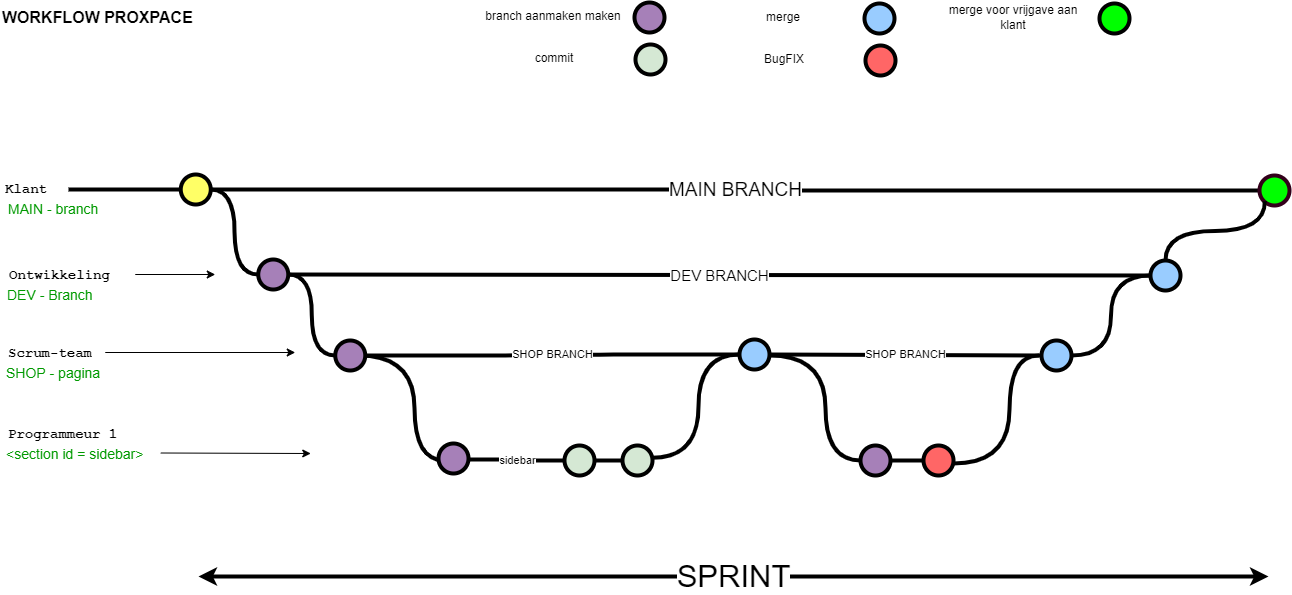
Texaco360/Proxpace keeps this draw.io diagram as Workflow.drawio.png. Above is the earlier version. Source tidied: cells renumbered, new cells last; positions are measured from the earlier drawing's top-left corner, leaving out a move shared by most shapes.
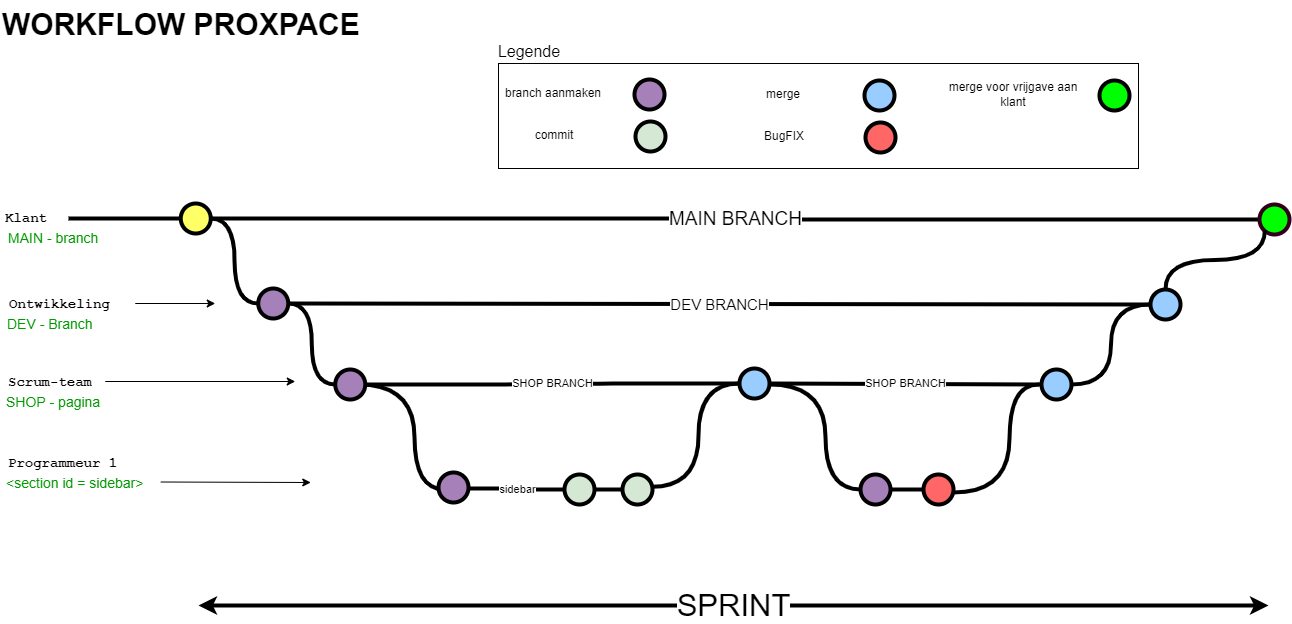
The same file after the commit.

The edit, as a diff of the source:
```diff
@@ -107,8 +107,8 @@
     <mxCell id="30" style="verticalLabelPosition=bottom;verticalAlign=top;html=1;strokeWidth=4;shape=mxgraph.flowchart.on-page_reference;plain-purple;gradientColor=none;strokeColor=#000000;fillColor=#99CCFF;" parent="1" vertex="1">
       <mxGeometry x="1150" y="259" width="30" height="30" as="geometry" />
     </mxCell>
-    <mxCell id="31" value="WORKFLOW PROXPACE" style="text;whiteSpace=wrap;html=1;fontStyle=1;fontSize=16;" parent="1" vertex="1">
-      <mxGeometry x="0.2" width="267.8" height="20" as="geometry" />
+    <mxCell id="31" value="WORKFLOW PROXPACE" style="text;whiteSpace=wrap;html=1;fontStyle=1;fontSize=30;" parent="1" vertex="1">
+      <mxGeometry x="0.2" y="-30" width="417.8" height="60" as="geometry" />
     </mxCell>
     <mxCell id="32" style="edgeStyle=orthogonalEdgeStyle;curved=1;rounded=0;jettySize=auto;html=1;endArrow=none;endFill=0;strokeWidth=4;fontFamily=Courier New;fontColor=#009900;exitX=0.5;exitY=0;exitDx=0;exitDy=0;exitPerimeter=0;entryX=0.145;entryY=0.855;entryDx=0;entryDy=0;entryPerimeter=0;" parent="1" edge="1" source="30">
       <mxGeometry relative="1" as="geometry">
@@ -156,28 +156,28 @@
       </mxGeometry>
     </mxCell>
     <mxCell id="40" style="verticalLabelPosition=bottom;verticalAlign=top;html=1;strokeWidth=4;shape=mxgraph.flowchart.on-page_reference;plain-purple;gradientColor=none;strokeColor=#000000;fillColor=#A680B8;" parent="1" vertex="1">
-      <mxGeometry x="634" y="1" width="30" height="30" as="geometry" />
+      <mxGeometry x="634" y="49" width="30" height="30" as="geometry" />
     </mxCell>
-    <mxCell id="41" value="branch aanmaken maken" style="text;html=1;strokeColor=none;fillColor=none;align=center;verticalAlign=middle;whiteSpace=wrap;rounded=0;" parent="1" vertex="1">
-      <mxGeometry x="478" width="150" height="30" as="geometry" />
+    <mxCell id="41" value="branch aanmaken" style="text;html=1;strokeColor=none;fillColor=none;align=center;verticalAlign=middle;whiteSpace=wrap;rounded=0;" parent="1" vertex="1">
+      <mxGeometry x="478" y="48" width="150" height="30" as="geometry" />
     </mxCell>
     <mxCell id="42" style="verticalLabelPosition=bottom;verticalAlign=top;html=1;strokeWidth=4;shape=mxgraph.flowchart.on-page_reference;plain-purple;gradientColor=none;strokeColor=#000000;fillColor=#D5E8D4;" parent="1" vertex="1">
-      <mxGeometry x="635" y="43" width="30" height="30" as="geometry" />
+      <mxGeometry x="635" y="91" width="30" height="30" as="geometry" />
     </mxCell>
     <mxCell id="43" value="commit" style="text;html=1;strokeColor=none;fillColor=none;align=center;verticalAlign=middle;whiteSpace=wrap;rounded=0;" parent="1" vertex="1">
-      <mxGeometry x="479" y="42" width="150" height="30" as="geometry" />
+      <mxGeometry x="479" y="90" width="150" height="30" as="geometry" />
     </mxCell>
     <mxCell id="44" style="verticalLabelPosition=bottom;verticalAlign=top;html=1;strokeWidth=4;shape=mxgraph.flowchart.on-page_reference;plain-purple;gradientColor=none;strokeColor=#000000;fillColor=#99CCFF;" parent="1" vertex="1">
-      <mxGeometry x="864" y="2" width="30" height="30" as="geometry" />
+      <mxGeometry x="864" y="50" width="30" height="30" as="geometry" />
     </mxCell>
     <mxCell id="45" value="merge" style="text;html=1;strokeColor=none;fillColor=none;align=center;verticalAlign=middle;whiteSpace=wrap;rounded=0;" parent="1" vertex="1">
-      <mxGeometry x="708" y="1" width="150" height="30" as="geometry" />
+      <mxGeometry x="708" y="49" width="150" height="30" as="geometry" />
     </mxCell>
     <mxCell id="46" style="verticalLabelPosition=bottom;verticalAlign=top;html=1;strokeWidth=4;shape=mxgraph.flowchart.on-page_reference;plain-purple;gradientColor=none;strokeColor=#000000;fillColor=#FF6666;" parent="1" vertex="1">
-      <mxGeometry x="865" y="44" width="30" height="30" as="geometry" />
+      <mxGeometry x="865" y="92" width="30" height="30" as="geometry" />
     </mxCell>
     <mxCell id="47" value="BugFIX" style="text;html=1;strokeColor=none;fillColor=none;align=center;verticalAlign=middle;whiteSpace=wrap;rounded=0;" parent="1" vertex="1">
-      <mxGeometry x="709" y="43" width="150" height="30" as="geometry" />
+      <mxGeometry x="709" y="91" width="150" height="30" as="geometry" />
     </mxCell>
     <mxCell id="48" value="SPRINT" style="endArrow=classic;startArrow=classic;html=1;rounded=0;fontSize=31;strokeWidth=4;" parent="1" edge="1">
       <mxGeometry relative="1" as="geometry">
@@ -192,10 +192,16 @@
       <mxGeometry relative="1" as="geometry" />
     </mxCell>
     <mxCell id="51" style="verticalLabelPosition=bottom;verticalAlign=top;html=1;strokeWidth=4;shape=mxgraph.flowchart.on-page_reference;plain-purple;gradientColor=none;strokeColor=#000000;fillColor=#00FF00;" parent="1" vertex="1">
-      <mxGeometry x="1099" y="2" width="30" height="30" as="geometry" />
+      <mxGeometry x="1099" y="50" width="30" height="30" as="geometry" />
     </mxCell>
     <mxCell id="52" value="merge voor vrijgave aan klant" style="text;html=1;strokeColor=none;fillColor=none;align=center;verticalAlign=middle;whiteSpace=wrap;rounded=0;" parent="1" vertex="1">
-      <mxGeometry x="938" y="1" width="150" height="30" as="geometry" />
+      <mxGeometry x="938" y="49" width="150" height="30" as="geometry" />
     </mxCell>
+    <mxCell id="53" style="rounded=0;whiteSpace=wrap;html=1;fontSize=31;fillColor=none;" parent="1" vertex="1">
+      <mxGeometry x="498" y="33" width="640" height="105" as="geometry" />
+    </mxCell>
+    <mxCell id="54" value="Legende" style="text;html=1;strokeColor=none;fillColor=none;align=center;verticalAlign=middle;whiteSpace=wrap;rounded=0;fontSize=16;" parent="1" vertex="1">
+      <mxGeometry x="499" y="6" width="60" height="30" as="geometry" />
+    </mxCell>
   </root>
 </mxGraphModel>
```
